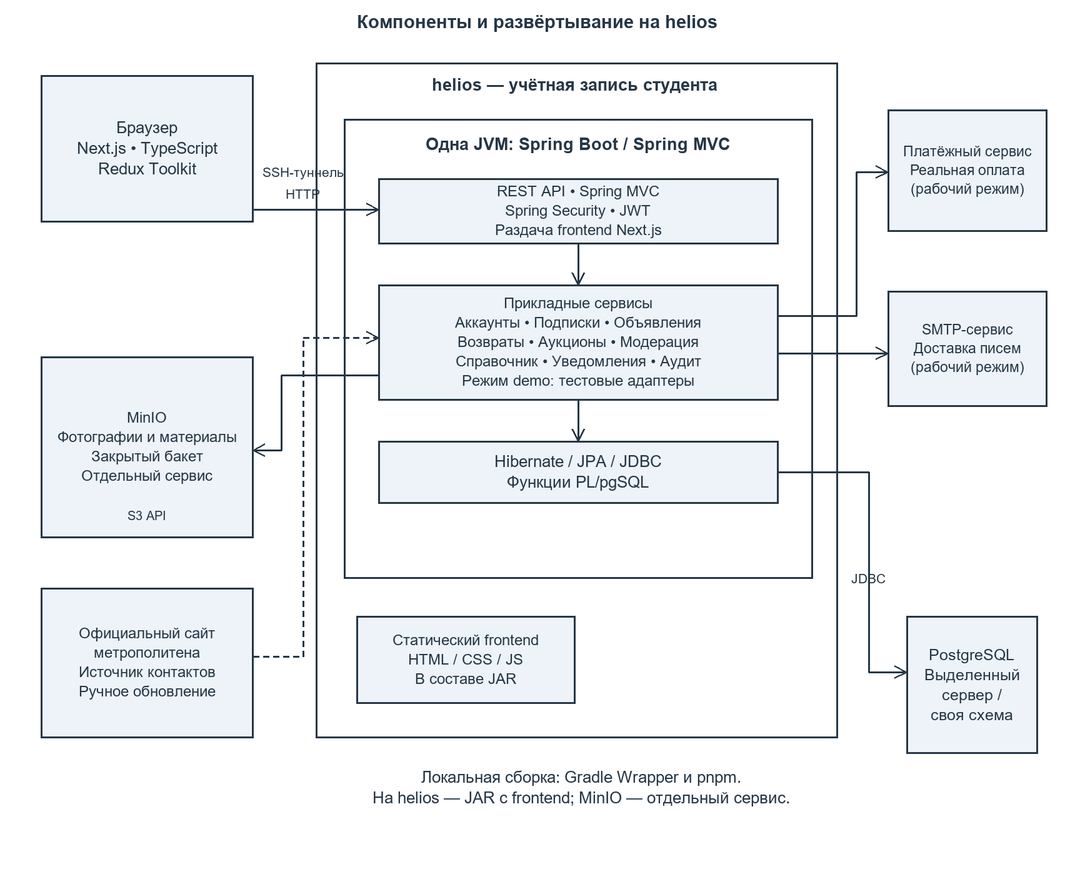
Earlier version of the PlantUML export docs/part1/uml/04_architecture.png (evgrart/Information-system-course-work). Its source is kept beside it as docs/part1/uml/04_architecture.puml.
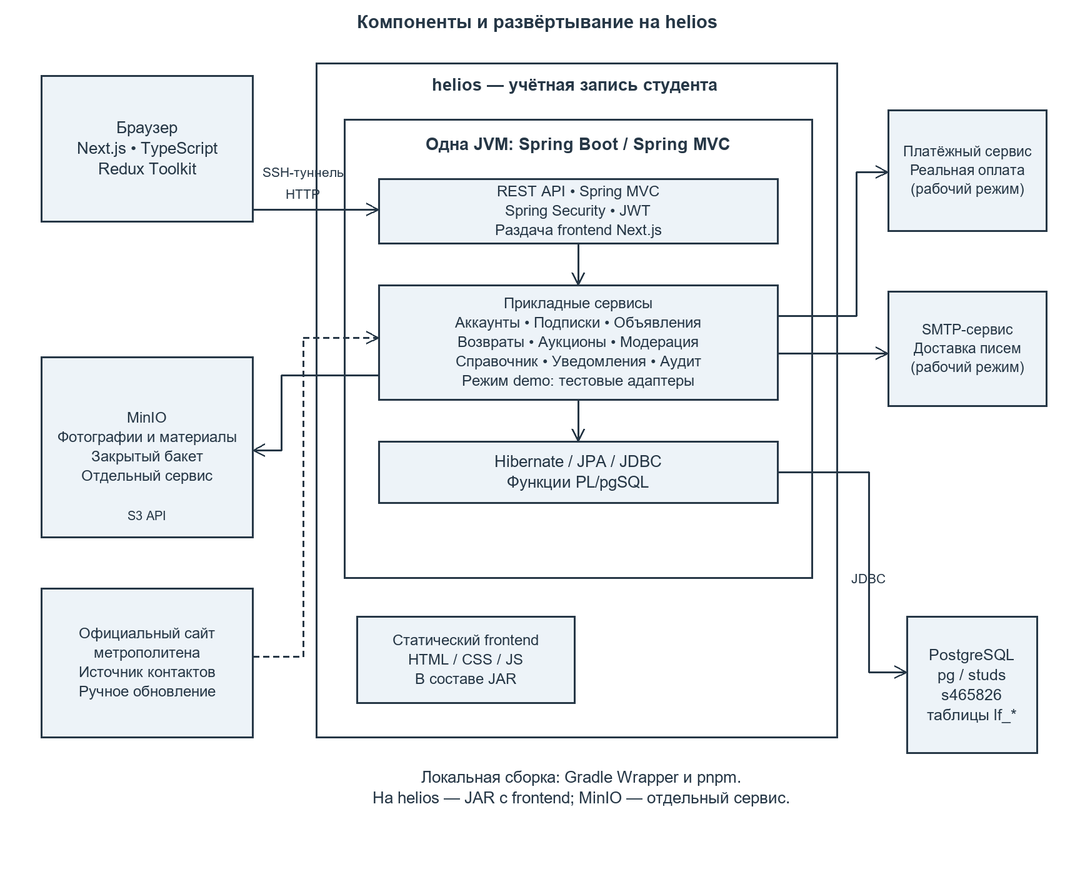
Later version of the same file.

Change to the diagram source:
```diff
@@ -15,7 +15,8 @@
 HTML / CSS / JS в JAR" as Frontend
 }
 database "PostgreSQL
-выделенный сервер / своя схема" as DB
+pg / studs / s465826
+таблицы lf_*" as DB
 node "Отдельный сервис" { database "MinIO
 закрытый бакет" as Files }
 component "Платёжный сервис
```
